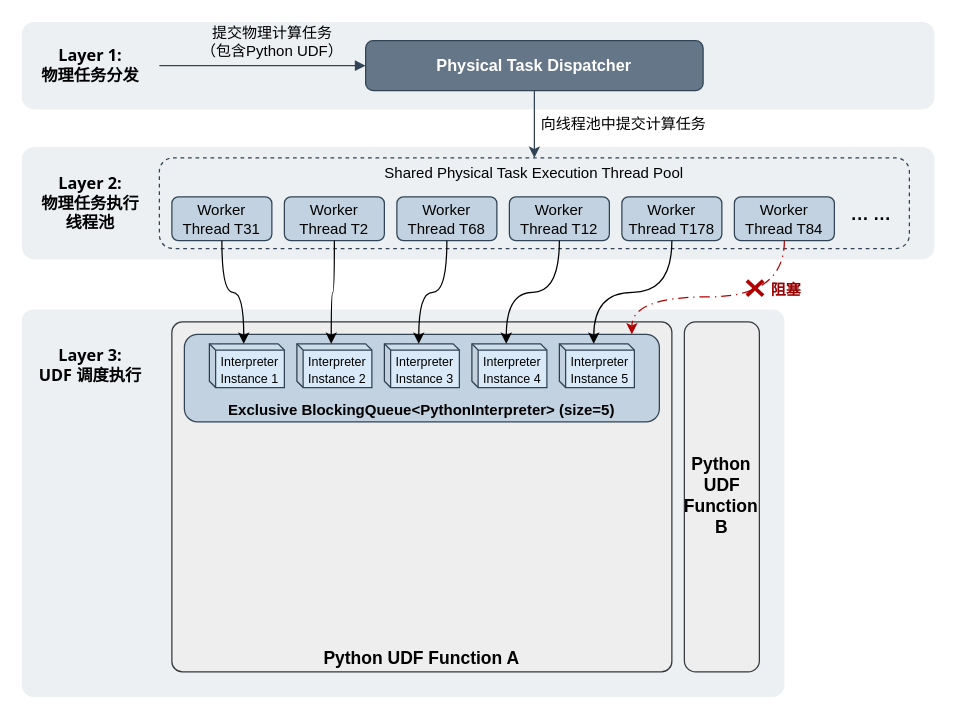
The draw.io diagram page "old-udf-dispatch" (8 of 8) of grad.drawio in shinyano/drawio, before the edit. Source tidied: cells renumbered, new cells numbered last; positions are measured from the earlier drawing's top-left corner, leaving out a move shared by most shapes. Both pictures are drawn from the tidied source at 125%, with x=0, y=0 at pixel (21, 21).
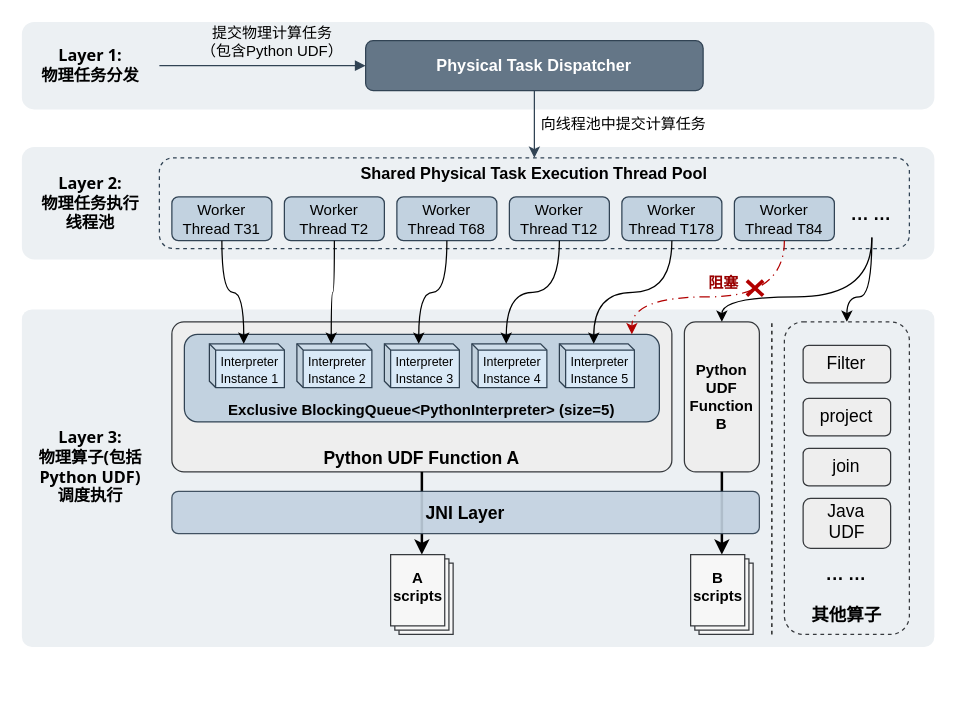
The same diagram, later.

Unchanged cells that the change refers to:
```xml
<mxCell id="33" style="edgeStyle=orthogonalEdgeStyle;rounded=0;jettySize=auto;html=1;curved=1;fillColor=#e51400;strokeColor=#B20000;dashed=1;dashPattern=8 4 1 4;" parent="1" edge="1" source="17">
  <mxGeometry relative="1" as="geometry">
    <mxPoint x="488" y="250" as="targetPoint" />
    <Array as="points">
      <mxPoint x="610" y="220" />
      <mxPoint x="488" y="220" />
    </Array>
  </mxGeometry>
</mxCell>
```

Diff of the diagram source:
```diff
@@
-    <mxCell id="9" value="Shared Physical Task Execution Thread Pool" style="rounded=1;whiteSpace=wrap;html=1;fillColor=none;dashed=1;fontColor=#000000;strokeColor=#314354;verticalAlign=top;spacing=0;fontStyle=0;" parent="1" vertex="1">
+    <mxCell id="9" value="Shared Physical Task Execution Thread Pool" style="rounded=1;whiteSpace=wrap;html=1;fillColor=none;dashed=1;fontColor=#000000;strokeColor=#314354;verticalAlign=top;spacing=0;fontStyle=1;fontSize=13;" parent="1" vertex="1">
       <mxGeometry x="110" y="108.8" width="600" height="72.5" as="geometry" />
     </mxCell>
@@
-    <mxCell id="18" value="··· ···" style="text;html=1;whiteSpace=wrap;strokeColor=none;fillColor=none;align=center;verticalAlign=middle;rounded=0;fontStyle=1;fontSize=14;" parent="1" vertex="1">
-      <mxGeometry x="650" y="142.5" width="60" height="30" as="geometry" />
-    </mxCell>
     <mxCell id="19" style="rounded=1;whiteSpace=wrap;html=1;fillColor=light-dark(#ecf0f3, #1d293b);strokeColor=none;align=left;fontStyle=1;fontSize=13;spacingLeft=8;fontFamily=Tahoma;arcSize=3;" parent="1" vertex="1">
-      <mxGeometry y="230" width="610" height="310" as="geometry" />
+      <mxGeometry y="230" width="730" height="270" as="geometry" />
     </mxCell>
-    <mxCell id="20" value="&lt;span style=&quot;font-family: Tahoma; font-size: 13px; font-style: normal; font-variant-ligatures: normal; font-variant-caps: normal; font-weight: 700; letter-spacing: normal; orphans: 2; text-align: left; text-indent: 0px; text-transform: none; widows: 2; word-spacing: 0px; -webkit-text-stroke-width: 0px; white-space: normal; text-decoration-thickness: initial; text-decoration-style: initial; text-decoration-color: initial; float: none; display: inline !important;&quot;&gt;Layer 3:&lt;/span&gt;&lt;div style=&quot;forced-color-adjust: none; font-family: Tahoma; font-size: 13px; font-style: normal; font-variant-ligatures: normal; font-variant-caps: normal; font-weight: 700; letter-spacing: normal; orphans: 2; text-indent: 0px; text-transform: none; widows: 2; word-spacing: 0px; -webkit-text-stroke-width: 0px; white-space: normal; text-decoration-thickness: initial; text-decoration-style: initial; text-decoration-color: initial;&quot;&gt;UDF 调度执行&lt;br&gt;&lt;/div&gt;" style="text;html=1;whiteSpace=wrap;strokeColor=none;fillColor=none;align=center;verticalAlign=middle;rounded=0;fontColor=default;labelBackgroundColor=none;" parent="1" vertex="1">
-      <mxGeometry y="245" width="110" height="60" as="geometry" />
+    <mxCell id="20" value="&lt;span style=&quot;font-family: Tahoma; font-size: 13px; font-style: normal; font-variant-ligatures: normal; font-variant-caps: normal; font-weight: 700; letter-spacing: normal; orphans: 2; text-align: left; text-indent: 0px; text-transform: none; widows: 2; word-spacing: 0px; -webkit-text-stroke-width: 0px; white-space: normal; text-decoration-thickness: initial; text-decoration-style: initial; text-decoration-color: initial; float: none; display: inline !important;&quot;&gt;Layer 3:&lt;/span&gt;&lt;div style=&quot;forced-color-adjust: none; font-family: Tahoma; font-size: 13px; font-style: normal; font-variant-ligatures: normal; font-variant-caps: normal; font-weight: 700; letter-spacing: normal; orphans: 2; text-indent: 0px; text-transform: none; widows: 2; word-spacing: 0px; -webkit-text-stroke-width: 0px; white-space: normal; text-decoration-thickness: initial; text-decoration-style: initial; text-decoration-color: initial;&quot;&gt;物理算子(包括&lt;/div&gt;&lt;div style=&quot;forced-color-adjust: none; font-family: Tahoma; font-size: 13px; font-style: normal; font-variant-ligatures: normal; font-variant-caps: normal; font-weight: 700; letter-spacing: normal; orphans: 2; text-indent: 0px; text-transform: none; widows: 2; word-spacing: 0px; -webkit-text-stroke-width: 0px; white-space: normal; text-decoration-thickness: initial; text-decoration-style: initial; text-decoration-color: initial;&quot;&gt;Python UDF)&lt;/div&gt;&lt;div style=&quot;forced-color-adjust: none; font-family: Tahoma; font-size: 13px; font-style: normal; font-variant-ligatures: normal; font-variant-caps: normal; font-weight: 700; letter-spacing: normal; orphans: 2; text-indent: 0px; text-transform: none; widows: 2; word-spacing: 0px; -webkit-text-stroke-width: 0px; white-space: normal; text-decoration-thickness: initial; text-decoration-style: initial; text-decoration-color: initial;&quot;&gt;调度执行&lt;br&gt;&lt;/div&gt;" style="text;html=1;whiteSpace=wrap;strokeColor=none;fillColor=none;align=center;verticalAlign=middle;rounded=0;fontColor=default;labelBackgroundColor=none;" parent="1" vertex="1">
+      <mxGeometry y="326.2" width="110" height="60" as="geometry" />
     </mxCell>
-    <mxCell id="21" value="Python UDF Function A" style="rounded=1;whiteSpace=wrap;html=1;arcSize=3;fillColor=#eeeeee;strokeColor=#36393d;verticalAlign=bottom;fontSize=14;fontStyle=1;" parent="1" vertex="1">
-      <mxGeometry x="120" y="240" width="400" height="280" as="geometry" />
+    <mxCell id="21" value="Python UDF Function A" style="rounded=1;whiteSpace=wrap;html=1;arcSize=8;fillColor=#eeeeee;strokeColor=#36393d;verticalAlign=bottom;fontSize=14;fontStyle=1;" parent="1" vertex="1">
+      <mxGeometry x="120" y="240" width="400" height="120" as="geometry" />
     </mxCell>
@@
     <mxCell id="34" value="阻塞" style="edgeLabel;html=1;align=center;verticalAlign=middle;fontColor=#990000;fontSize=12;fontStyle=1;" parent="33" vertex="1">
       <mxGeometry x="-0.69" y="-11" relative="1" as="geometry">
-        <mxPoint x="11" y="8" as="offset" />
+        <mxPoint x="-39" y="2" as="offset" />
       </mxGeometry>
     </mxCell>
@@
-    <mxCell id="36" value="Python&lt;div&gt;UDF&lt;/div&gt;&lt;div&gt;Function&lt;/div&gt;&lt;div&gt;B&lt;/div&gt;" style="rounded=1;whiteSpace=wrap;html=1;strokeColor=#36393d;align=center;verticalAlign=middle;arcSize=15;fontFamily=Helvetica;fontSize=14;fontColor=default;fontStyle=1;fillColor=#eeeeee;horizontal=0;textDirection=vertical-rl;" parent="1" vertex="1">
-      <mxGeometry x="530" y="240" width="60" height="280" as="geometry" />
+    <mxCell id="36" value="Python&lt;div&gt;UDF&lt;/div&gt;&lt;div&gt;Function&lt;/div&gt;&lt;div&gt;B&lt;/div&gt;" style="rounded=1;whiteSpace=wrap;html=1;strokeColor=#36393d;align=center;verticalAlign=middle;arcSize=15;fontFamily=Helvetica;fontSize=12;fontColor=default;fontStyle=1;fillColor=#eeeeee;horizontal=1;labelBackgroundColor=none;" parent="1" vertex="1">
+      <mxGeometry x="530" y="240" width="60" height="120" as="geometry" />
     </mxCell>
+    <mxCell id="37" style="endArrow=none;dashed=1;html=1;rounded=0;" parent="1" edge="1">
+      <mxGeometry relative="1" as="geometry">
+        <mxPoint x="600" y="490" as="sourcePoint" />
+        <mxPoint x="600" y="240" as="targetPoint" />
+      </mxGeometry>
+    </mxCell>
+    <mxCell id="38" value="其他算子" style="rounded=1;whiteSpace=wrap;html=1;strokeColor=#36393d;align=center;verticalAlign=bottom;arcSize=15;fontFamily=Helvetica;fontSize=14;fontColor=default;fontStyle=1;fillColor=none;horizontal=1;dashed=1;spacing=6;" parent="1" vertex="1">
+      <mxGeometry x="610" y="240" width="100" height="250" as="geometry" />
+    </mxCell>
+    <mxCell id="39" value="Filter" style="rounded=1;whiteSpace=wrap;html=1;strokeColor=#36393d;align=center;verticalAlign=middle;arcSize=15;fontFamily=Helvetica;fontSize=14;fontColor=default;fontStyle=0;fillColor=#eeeeee;horizontal=0;textDirection=vertical-rl;" parent="1" vertex="1">
+      <mxGeometry x="625" y="258.8" width="70" height="30" as="geometry" />
+    </mxCell>
+    <mxCell id="40" value="project" style="rounded=1;whiteSpace=wrap;html=1;strokeColor=#36393d;align=center;verticalAlign=middle;arcSize=15;fontFamily=Helvetica;fontSize=14;fontColor=default;fontStyle=0;fillColor=#eeeeee;horizontal=0;textDirection=vertical-rl;" parent="1" vertex="1">
+      <mxGeometry x="625" y="301.2" width="70" height="30" as="geometry" />
+    </mxCell>
+    <mxCell id="41" value="Java&lt;div&gt;UDF&lt;/div&gt;" style="rounded=1;whiteSpace=wrap;html=1;strokeColor=#36393d;align=center;verticalAlign=middle;arcSize=15;fontFamily=Helvetica;fontSize=14;fontColor=default;fontStyle=0;fillColor=#eeeeee;horizontal=0;textDirection=vertical-rl;" parent="1" vertex="1">
+      <mxGeometry x="625" y="381.2" width="70" height="40" as="geometry" />
+    </mxCell>
+    <mxCell id="42" value="join" style="rounded=1;whiteSpace=wrap;html=1;strokeColor=#36393d;align=center;verticalAlign=middle;arcSize=15;fontFamily=Helvetica;fontSize=14;fontColor=default;fontStyle=0;fillColor=#eeeeee;horizontal=0;textDirection=vertical-rl;" parent="1" vertex="1">
+      <mxGeometry x="625" y="341.2" width="70" height="30" as="geometry" />
+    </mxCell>
+    <mxCell id="43" style="edgeStyle=orthogonalEdgeStyle;rounded=0;jettySize=auto;html=1;entryX=0.5;entryY=0;entryDx=0;entryDy=0;curved=1;" parent="1" edge="1" source="45" target="38">
+      <mxGeometry relative="1" as="geometry">
+        <Array as="points">
+          <mxPoint x="680" y="220" />
+          <mxPoint x="660" y="220" />
+        </Array>
+      </mxGeometry>
+    </mxCell>
+    <mxCell id="44" style="edgeStyle=orthogonalEdgeStyle;rounded=0;jettySize=auto;html=1;curved=1;" parent="1" edge="1" source="45" target="36">
+      <mxGeometry relative="1" as="geometry">
+        <Array as="points">
+          <mxPoint x="680" y="220" />
+          <mxPoint x="560" y="220" />
+        </Array>
+      </mxGeometry>
+    </mxCell>
+    <mxCell id="45" value="··· ···" style="text;html=1;whiteSpace=wrap;strokeColor=none;fillColor=none;align=center;verticalAlign=middle;rounded=0;fontStyle=1;fontSize=14;" parent="1" vertex="1">
+      <mxGeometry x="650" y="142.5" width="60" height="30" as="geometry" />
+    </mxCell>
+    <mxCell id="18" value="··· ···" style="text;html=1;whiteSpace=wrap;strokeColor=none;fillColor=none;align=center;verticalAlign=middle;rounded=0;fontStyle=1;fontSize=14;" parent="1" vertex="1">
+      <mxGeometry x="630" y="431.2" width="60" height="30" as="geometry" />
+    </mxCell>
+    <mxCell id="46" style="edgeStyle=orthogonalEdgeStyle;rounded=0;jettySize=auto;html=1;exitX=0.5;exitY=1;exitDx=0;exitDy=0;strokeWidth=2;" parent="1" edge="1" source="21" target="48">
+      <mxGeometry relative="1" as="geometry" />
+    </mxCell>
+    <mxCell id="47" style="edgeStyle=orthogonalEdgeStyle;rounded=0;jettySize=auto;html=1;strokeWidth=2;" parent="1" edge="1" source="36" target="50">
+      <mxGeometry relative="1" as="geometry" />
+    </mxCell>
+    <mxCell id="48" value="A&lt;div&gt;scripts&lt;/div&gt;" style="verticalLabelPosition=middle;verticalAlign=middle;html=1;shape=mxgraph.basic.layered_rect;dx=6.71;outlineConnect=0;whiteSpace=wrap;rounded=1;strokeColor=#36393d;align=center;arcSize=3;fontFamily=Helvetica;fontSize=12;fontColor=default;fontStyle=1;fillColor=light-dark(#f7f7f7, #202020);labelPosition=center;spacingRight=6;spacingBottom=12;" parent="1" vertex="1">
+      <mxGeometry x="295" y="426.2" width="50" height="63.8" as="geometry" />
+    </mxCell>
+    <mxCell id="49" value="JNI Layer" style="rounded=1;whiteSpace=wrap;html=1;fillColor=light-dark(#c2d2e0, #3c4d5c);fontColor=default;strokeColor=#314354;verticalAlign=middle;fillStyle=auto;align=center;fontFamily=Helvetica;fontSize=14;fontStyle=1;labelPosition=center;verticalLabelPosition=middle;opacity=90;" parent="1" vertex="1">
+      <mxGeometry x="120" y="375.6" width="470" height="33.8" as="geometry" />
+    </mxCell>
+    <mxCell id="50" value="B&lt;div&gt;scripts&lt;/div&gt;" style="verticalLabelPosition=middle;verticalAlign=middle;html=1;shape=mxgraph.basic.layered_rect;dx=6.71;outlineConnect=0;whiteSpace=wrap;rounded=1;strokeColor=#36393d;align=center;arcSize=3;fontFamily=Helvetica;fontSize=12;fontColor=default;fontStyle=1;fillColor=light-dark(#f7f7f7, #202020);labelPosition=center;spacingRight=6;spacingBottom=12;" parent="1" vertex="1">
+      <mxGeometry x="535" y="426.2" width="50" height="63.8" as="geometry" />
+    </mxCell>
```
